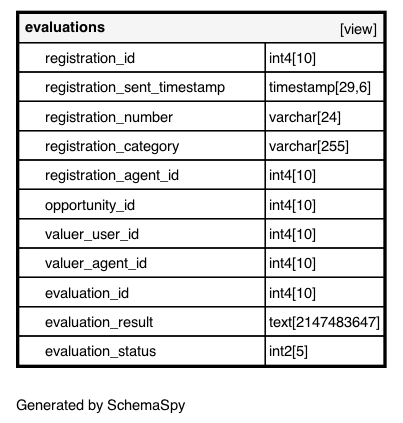
The Graphviz diagram docs/Banco de Dados/analise-detalhada/diagrams/tables/evaluations.1degree.png in LabCDBr/labcdbr.github.io, before a commit. Its source is kept beside it as docs/Banco de Dados/analise-detalhada/diagrams/tables/evaluations.1degree.dot.
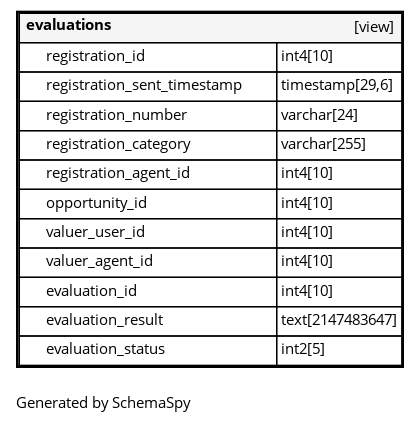
The same diagram one commit later.

What changed in the source:
```diff
@@ -3,18 +3,18 @@
   "evaluations" [
    label=<
     <TABLE BORDER="2" CELLBORDER="1" CELLSPACING="0" BGCOLOR="#ffffff">
-      <TR><TD COLSPAN="4"  BGCOLOR="#f5f5f5"><TABLE BORDER="0" CELLSPACING="0"><TR><TD ALIGN="LEFT" FIXEDSIZE="TRUE" WIDTH="66" HEIGHT="16"><B>evaluations</B></TD><TD ALIGN="RIGHT">[view]</TD></TR></TABLE></TD></TR>
-      <TR><TD PORT="registration_id" COLSPAN="2" ALIGN="LEFT"><TABLE BORDER="0" CELLSPACING="0" ALIGN="LEFT"><TR ALIGN="LEFT"><TD ALIGN="LEFT" FIXEDSIZE="TRUE" WIDTH="15" HEIGHT="16"></TD><TD ALIGN="LEFT" FIXEDSIZE="TRUE" WIDTH="164" HEIGHT="16">registration_id</TD></TR></TABLE></TD><TD PORT="registration_id.type" ALIGN="LEFT">int4[10]</TD></TR>
-      <TR><TD PORT="registration_sent_timestamp" COLSPAN="2" ALIGN="LEFT"><TABLE BORDER="0" CELLSPACING="0" ALIGN="LEFT"><TR ALIGN="LEFT"><TD ALIGN="LEFT" FIXEDSIZE="TRUE" WIDTH="15" HEIGHT="16"></TD><TD ALIGN="LEFT" FIXEDSIZE="TRUE" WIDTH="164" HEIGHT="16">registration_sent_timestamp</TD></TR></TABLE></TD><TD PORT="registration_sent_timestamp.type" ALIGN="LEFT">timestamp[29,6]</TD></TR>
-      <TR><TD PORT="registration_number" COLSPAN="2" ALIGN="LEFT"><TABLE BORDER="0" CELLSPACING="0" ALIGN="LEFT"><TR ALIGN="LEFT"><TD ALIGN="LEFT" FIXEDSIZE="TRUE" WIDTH="15" HEIGHT="16"></TD><TD ALIGN="LEFT" FIXEDSIZE="TRUE" WIDTH="164" HEIGHT="16">registration_number</TD></TR></TABLE></TD><TD PORT="registration_number.type" ALIGN="LEFT">varchar[24]</TD></TR>
-      <TR><TD PORT="registration_category" COLSPAN="2" ALIGN="LEFT"><TABLE BORDER="0" CELLSPACING="0" ALIGN="LEFT"><TR ALIGN="LEFT"><TD ALIGN="LEFT" FIXEDSIZE="TRUE" WIDTH="15" HEIGHT="16"></TD><TD ALIGN="LEFT" FIXEDSIZE="TRUE" WIDTH="164" HEIGHT="16">registration_category</TD></TR></TABLE></TD><TD PORT="registration_category.type" ALIGN="LEFT">varchar[255]</TD></TR>
-      <TR><TD PORT="registration_agent_id" COLSPAN="2" ALIGN="LEFT"><TABLE BORDER="0" CELLSPACING="0" ALIGN="LEFT"><TR ALIGN="LEFT"><TD ALIGN="LEFT" FIXEDSIZE="TRUE" WIDTH="15" HEIGHT="16"></TD><TD ALIGN="LEFT" FIXEDSIZE="TRUE" WIDTH="164" HEIGHT="16">registration_agent_id</TD></TR></TABLE></TD><TD PORT="registration_agent_id.type" ALIGN="LEFT">int4[10]</TD></TR>
-      <TR><TD PORT="opportunity_id" COLSPAN="2" ALIGN="LEFT"><TABLE BORDER="0" CELLSPACING="0" ALIGN="LEFT"><TR ALIGN="LEFT"><TD ALIGN="LEFT" FIXEDSIZE="TRUE" WIDTH="15" HEIGHT="16"></TD><TD ALIGN="LEFT" FIXEDSIZE="TRUE" WIDTH="164" HEIGHT="16">opportunity_id</TD></TR></TABLE></TD><TD PORT="opportunity_id.type" ALIGN="LEFT">int4[10]</TD></TR>
-      <TR><TD PORT="valuer_user_id" COLSPAN="2" ALIGN="LEFT"><TABLE BORDER="0" CELLSPACING="0" ALIGN="LEFT"><TR ALIGN="LEFT"><TD ALIGN="LEFT" FIXEDSIZE="TRUE" WIDTH="15" HEIGHT="16"></TD><TD ALIGN="LEFT" FIXEDSIZE="TRUE" WIDTH="164" HEIGHT="16">valuer_user_id</TD></TR></TABLE></TD><TD PORT="valuer_user_id.type" ALIGN="LEFT">int4[10]</TD></TR>
-      <TR><TD PORT="valuer_agent_id" COLSPAN="2" ALIGN="LEFT"><TABLE BORDER="0" CELLSPACING="0" ALIGN="LEFT"><TR ALIGN="LEFT"><TD ALIGN="LEFT" FIXEDSIZE="TRUE" WIDTH="15" HEIGHT="16"></TD><TD ALIGN="LEFT" FIXEDSIZE="TRUE" WIDTH="164" HEIGHT="16">valuer_agent_id</TD></TR></TABLE></TD><TD PORT="valuer_agent_id.type" ALIGN="LEFT">int4[10]</TD></TR>
-      <TR><TD PORT="evaluation_id" COLSPAN="2" ALIGN="LEFT"><TABLE BORDER="0" CELLSPACING="0" ALIGN="LEFT"><TR ALIGN="LEFT"><TD ALIGN="LEFT" FIXEDSIZE="TRUE" WIDTH="15" HEIGHT="16"></TD><TD ALIGN="LEFT" FIXEDSIZE="TRUE" WIDTH="164" HEIGHT="16">evaluation_id</TD></TR></TABLE></TD><TD PORT="evaluation_id.type" ALIGN="LEFT">int4[10]</TD></TR>
-      <TR><TD PORT="evaluation_result" COLSPAN="2" ALIGN="LEFT"><TABLE BORDER="0" CELLSPACING="0" ALIGN="LEFT"><TR ALIGN="LEFT"><TD ALIGN="LEFT" FIXEDSIZE="TRUE" WIDTH="15" HEIGHT="16"></TD><TD ALIGN="LEFT" FIXEDSIZE="TRUE" WIDTH="164" HEIGHT="16">evaluation_result</TD></TR></TABLE></TD><TD PORT="evaluation_result.type" ALIGN="LEFT">text[2147483647]</TD></TR>
-      <TR><TD PORT="evaluation_status" COLSPAN="2" ALIGN="LEFT"><TABLE BORDER="0" CELLSPACING="0" ALIGN="LEFT"><TR ALIGN="LEFT"><TD ALIGN="LEFT" FIXEDSIZE="TRUE" WIDTH="15" HEIGHT="16"></TD><TD ALIGN="LEFT" FIXEDSIZE="TRUE" WIDTH="164" HEIGHT="16">evaluation_status</TD></TR></TABLE></TD><TD PORT="evaluation_status.type" ALIGN="LEFT">int2[5]</TD></TR>
+      <TR><TD COLSPAN="4"  BGCOLOR="#f5f5f5"><TABLE BORDER="0" CELLSPACING="0"><TR><TD ALIGN="LEFT" FIXEDSIZE="TRUE" WIDTH="70" HEIGHT="16"><B>evaluations</B></TD><TD ALIGN="RIGHT">[view]</TD></TR></TABLE></TD></TR>
+      <TR><TD PORT="registration_id" COLSPAN="2" ALIGN="LEFT"><TABLE BORDER="0" CELLSPACING="0" ALIGN="LEFT"><TR ALIGN="LEFT"><TD ALIGN="LEFT" FIXEDSIZE="TRUE" WIDTH="15" HEIGHT="16"></TD><TD ALIGN="LEFT" FIXEDSIZE="TRUE" WIDTH="172" HEIGHT="16">registration_id</TD></TR></TABLE></TD><TD PORT="registration_id.type" ALIGN="LEFT">int4[10]</TD></TR>
+      <TR><TD PORT="registration_sent_timestamp" COLSPAN="2" ALIGN="LEFT"><TABLE BORDER="0" CELLSPACING="0" ALIGN="LEFT"><TR ALIGN="LEFT"><TD ALIGN="LEFT" FIXEDSIZE="TRUE" WIDTH="15" HEIGHT="16"></TD><TD ALIGN="LEFT" FIXEDSIZE="TRUE" WIDTH="172" HEIGHT="16">registration_sent_timestamp</TD></TR></TABLE></TD><TD PORT="registration_sent_timestamp.type" ALIGN="LEFT">timestamp[29,6]</TD></TR>
+      <TR><TD PORT="registration_number" COLSPAN="2" ALIGN="LEFT"><TABLE BORDER="0" CELLSPACING="0" ALIGN="LEFT"><TR ALIGN="LEFT"><TD ALIGN="LEFT" FIXEDSIZE="TRUE" WIDTH="15" HEIGHT="16"></TD><TD ALIGN="LEFT" FIXEDSIZE="TRUE" WIDTH="172" HEIGHT="16">registration_number</TD></TR></TABLE></TD><TD PORT="registration_number.type" ALIGN="LEFT">varchar[24]</TD></TR>
+      <TR><TD PORT="registration_category" COLSPAN="2" ALIGN="LEFT"><TABLE BORDER="0" CELLSPACING="0" ALIGN="LEFT"><TR ALIGN="LEFT"><TD ALIGN="LEFT" FIXEDSIZE="TRUE" WIDTH="15" HEIGHT="16"></TD><TD ALIGN="LEFT" FIXEDSIZE="TRUE" WIDTH="172" HEIGHT="16">registration_category</TD></TR></TABLE></TD><TD PORT="registration_category.type" ALIGN="LEFT">varchar[255]</TD></TR>
+      <TR><TD PORT="registration_agent_id" COLSPAN="2" ALIGN="LEFT"><TABLE BORDER="0" CELLSPACING="0" ALIGN="LEFT"><TR ALIGN="LEFT"><TD ALIGN="LEFT" FIXEDSIZE="TRUE" WIDTH="15" HEIGHT="16"></TD><TD ALIGN="LEFT" FIXEDSIZE="TRUE" WIDTH="172" HEIGHT="16">registration_agent_id</TD></TR></TABLE></TD><TD PORT="registration_agent_id.type" ALIGN="LEFT">int4[10]</TD></TR>
+      <TR><TD PORT="opportunity_id" COLSPAN="2" ALIGN="LEFT"><TABLE BORDER="0" CELLSPACING="0" ALIGN="LEFT"><TR ALIGN="LEFT"><TD ALIGN="LEFT" FIXEDSIZE="TRUE" WIDTH="15" HEIGHT="16"></TD><TD ALIGN="LEFT" FIXEDSIZE="TRUE" WIDTH="172" HEIGHT="16">opportunity_id</TD></TR></TABLE></TD><TD PORT="opportunity_id.type" ALIGN="LEFT">int4[10]</TD></TR>
+      <TR><TD PORT="valuer_user_id" COLSPAN="2" ALIGN="LEFT"><TABLE BORDER="0" CELLSPACING="0" ALIGN="LEFT"><TR ALIGN="LEFT"><TD ALIGN="LEFT" FIXEDSIZE="TRUE" WIDTH="15" HEIGHT="16"></TD><TD ALIGN="LEFT" FIXEDSIZE="TRUE" WIDTH="172" HEIGHT="16">valuer_user_id</TD></TR></TABLE></TD><TD PORT="valuer_user_id.type" ALIGN="LEFT">int4[10]</TD></TR>
+      <TR><TD PORT="valuer_agent_id" COLSPAN="2" ALIGN="LEFT"><TABLE BORDER="0" CELLSPACING="0" ALIGN="LEFT"><TR ALIGN="LEFT"><TD ALIGN="LEFT" FIXEDSIZE="TRUE" WIDTH="15" HEIGHT="16"></TD><TD ALIGN="LEFT" FIXEDSIZE="TRUE" WIDTH="172" HEIGHT="16">valuer_agent_id</TD></TR></TABLE></TD><TD PORT="valuer_agent_id.type" ALIGN="LEFT">int4[10]</TD></TR>
+      <TR><TD PORT="evaluation_id" COLSPAN="2" ALIGN="LEFT"><TABLE BORDER="0" CELLSPACING="0" ALIGN="LEFT"><TR ALIGN="LEFT"><TD ALIGN="LEFT" FIXEDSIZE="TRUE" WIDTH="15" HEIGHT="16"></TD><TD ALIGN="LEFT" FIXEDSIZE="TRUE" WIDTH="172" HEIGHT="16">evaluation_id</TD></TR></TABLE></TD><TD PORT="evaluation_id.type" ALIGN="LEFT">int4[10]</TD></TR>
+      <TR><TD PORT="evaluation_result" COLSPAN="2" ALIGN="LEFT"><TABLE BORDER="0" CELLSPACING="0" ALIGN="LEFT"><TR ALIGN="LEFT"><TD ALIGN="LEFT" FIXEDSIZE="TRUE" WIDTH="15" HEIGHT="16"></TD><TD ALIGN="LEFT" FIXEDSIZE="TRUE" WIDTH="172" HEIGHT="16">evaluation_result</TD></TR></TABLE></TD><TD PORT="evaluation_result.type" ALIGN="LEFT">text[2147483647]</TD></TR>
+      <TR><TD PORT="evaluation_status" COLSPAN="2" ALIGN="LEFT"><TABLE BORDER="0" CELLSPACING="0" ALIGN="LEFT"><TR ALIGN="LEFT"><TD ALIGN="LEFT" FIXEDSIZE="TRUE" WIDTH="15" HEIGHT="16"></TD><TD ALIGN="LEFT" FIXEDSIZE="TRUE" WIDTH="172" HEIGHT="16">evaluation_status</TD></TR></TABLE></TD><TD PORT="evaluation_status.type" ALIGN="LEFT">int2[5]</TD></TR>
     </TABLE>>
     URL="evaluations.html"
     target="_top"
```
